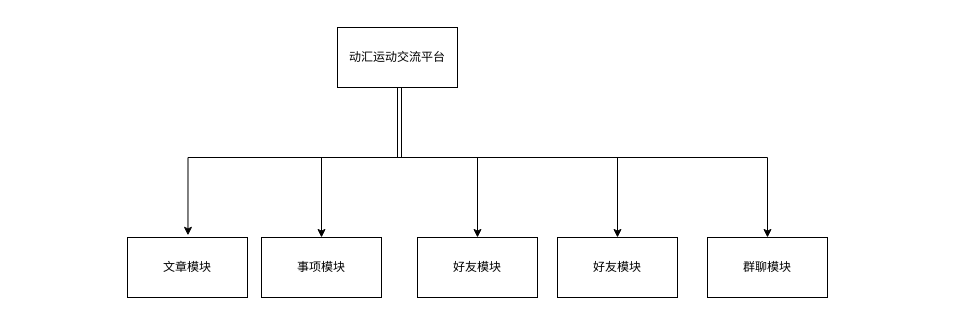
Above: 未命名绘图.drawio in ArexdOr/blogFactory (draw.io), before the change. Source tidied: cells renumbered, new cells numbered last; positions are measured from the earlier drawing's top-left corner, leaving out a move shared by most shapes. Both pictures are drawn from the tidied source at 100%, with x=0, y=0 at pixel (127, 27).
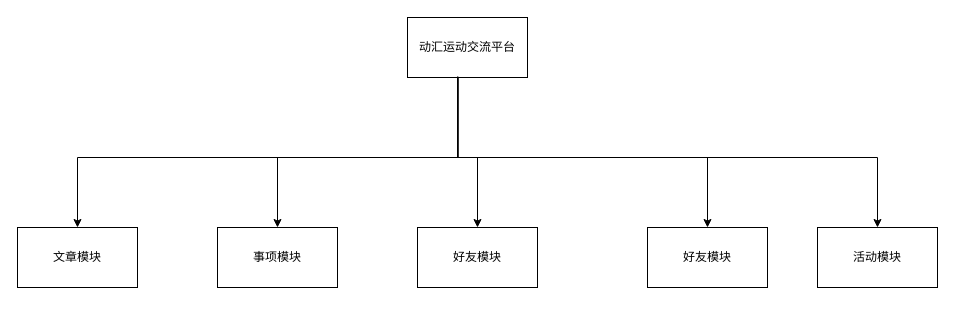
The same diagram, later.

The edit, as a diff of the source:
```diff
@@
-    <mxCell id="2" style="edgeStyle=orthogonalEdgeStyle;rounded=0;jettySize=auto;html=1;" parent="1" edge="1" source="5" target="7">
+    <mxCell id="2" style="edgeStyle=orthogonalEdgeStyle;rounded=0;jettySize=auto;html=1;exitX=0.422;exitY=1.009;exitDx=0;exitDy=0;exitPerimeter=0;entryX=0.5;entryY=0;entryDx=0;entryDy=0;" parent="1" edge="1" source="5" target="7">
       <mxGeometry relative="1" as="geometry">
         <Array as="points">
-          <mxPoint x="270" y="130" />
-          <mxPoint x="194" y="130" />
+          <mxPoint x="331" y="130" />
+          <mxPoint x="150" y="130" />
         </Array>
       </mxGeometry>
     </mxCell>
-    <mxCell id="3" style="edgeStyle=orthogonalEdgeStyle;rounded=0;jettySize=auto;html=1;entryX=0.504;entryY=-0.036;entryDx=0;entryDy=0;entryPerimeter=0;" parent="1" edge="1" source="5" target="6">
+    <mxCell id="3" style="edgeStyle=orthogonalEdgeStyle;rounded=0;jettySize=auto;html=1;entryX=0.5;entryY=0;entryDx=0;entryDy=0;exitX=0.419;exitY=0.975;exitDx=0;exitDy=0;exitPerimeter=0;" parent="1" edge="1" source="5" target="6">
       <mxGeometry relative="1" as="geometry">
         <Array as="points">
-          <mxPoint x="270" y="130" />
-          <mxPoint x="60" y="130" />
+          <mxPoint x="330" y="130" />
+          <mxPoint x="-50" y="130" />
         </Array>
       </mxGeometry>
     </mxCell>
-    <mxCell id="4" style="edgeStyle=orthogonalEdgeStyle;rounded=0;jettySize=auto;html=1;entryX=0.5;entryY=0;entryDx=0;entryDy=0;" parent="1" edge="1" source="5" target="8">
+    <mxCell id="4" style="edgeStyle=orthogonalEdgeStyle;rounded=0;jettySize=auto;html=1;entryX=0.5;entryY=0;entryDx=0;entryDy=0;exitX=0.425;exitY=0.986;exitDx=0;exitDy=0;exitPerimeter=0;" parent="1" edge="1" source="5" target="8">
       <mxGeometry relative="1" as="geometry">
         <Array as="points">
-          <mxPoint x="270" y="130" />
+          <mxPoint x="330" y="49" />
+          <mxPoint x="330" y="130" />
           <mxPoint x="350" y="130" />
         </Array>
       </mxGeometry>
     </mxCell>
     <mxCell id="5" value="动汇运动交流平台" style="whiteSpace=wrap;html=1;" parent="1" vertex="1">
-      <mxGeometry x="210" width="120" height="60" as="geometry" />
+      <mxGeometry x="280" y="-10" width="120" height="60" as="geometry" />
     </mxCell>
     <mxCell id="6" value="文章模块" style="whiteSpace=wrap;html=1;" parent="1" vertex="1">
-      <mxGeometry y="210" width="120" height="60" as="geometry" />
+      <mxGeometry x="-110" y="200" width="120" height="60" as="geometry" />
     </mxCell>
     <mxCell id="7" value="事项模块" style="whiteSpace=wrap;html=1;" parent="1" vertex="1">
-      <mxGeometry x="134" y="210" width="120" height="60" as="geometry" />
+      <mxGeometry x="90" y="200" width="120" height="60" as="geometry" />
     </mxCell>
     <mxCell id="8" value="好友模块" style="whiteSpace=wrap;html=1;" parent="1" vertex="1">
-      <mxGeometry x="290" y="210" width="120" height="60" as="geometry" />
+      <mxGeometry x="290" y="200" width="120" height="60" as="geometry" />
     </mxCell>
     <mxCell id="9" value="好友模块" style="whiteSpace=wrap;html=1;" parent="1" vertex="1">
-      <mxGeometry x="430" y="210" width="120" height="60" as="geometry" />
+      <mxGeometry x="520" y="200" width="120" height="60" as="geometry" />
     </mxCell>
-    <mxCell id="10" style="edgeStyle=orthogonalEdgeStyle;rounded=0;jettySize=auto;html=1;entryX=0.5;entryY=0;entryDx=0;entryDy=0;" parent="1" edge="1" target="9">
+    <mxCell id="10" style="edgeStyle=orthogonalEdgeStyle;rounded=0;jettySize=auto;html=1;entryX=0.5;entryY=0;entryDx=0;entryDy=0;exitX=0.419;exitY=0.98;exitDx=0;exitDy=0;exitPerimeter=0;" parent="1" edge="1" source="5" target="9">
       <mxGeometry relative="1" as="geometry">
-        <mxPoint x="274" y="60" as="sourcePoint" />
         <Array as="points">
-          <mxPoint x="274" y="130" />
-          <mxPoint x="490" y="130" />
+          <mxPoint x="330" y="130" />
+          <mxPoint x="580" y="130" />
         </Array>
       </mxGeometry>
     </mxCell>
-    <mxCell id="11" value="群聊模块" style="whiteSpace=wrap;html=1;" parent="1" vertex="1">
-      <mxGeometry x="580" y="210" width="120" height="60" as="geometry" />
+    <mxCell id="11" value="活动模块" style="whiteSpace=wrap;html=1;" parent="1" vertex="1">
+      <mxGeometry x="690" y="200" width="120" height="60" as="geometry" />
     </mxCell>
-    <mxCell id="12" style="edgeStyle=orthogonalEdgeStyle;rounded=0;jettySize=auto;html=1;entryX=0.5;entryY=0;entryDx=0;entryDy=0;exitX=0.5;exitY=1;exitDx=0;exitDy=0;" parent="1" edge="1" source="5" target="11">
+    <mxCell id="12" style="edgeStyle=orthogonalEdgeStyle;rounded=0;jettySize=auto;html=1;entryX=0.5;entryY=0;entryDx=0;entryDy=0;exitX=0.417;exitY=1;exitDx=0;exitDy=0;exitPerimeter=0;" parent="1" edge="1" source="5" target="11">
       <mxGeometry relative="1" as="geometry">
         <Array as="points">
-          <mxPoint x="270" y="130" />
-          <mxPoint x="640" y="130" />
+          <mxPoint x="330" y="50" />
+          <mxPoint x="330" y="130" />
+          <mxPoint x="750" y="130" />
         </Array>
       </mxGeometry>
     </mxCell>
```
